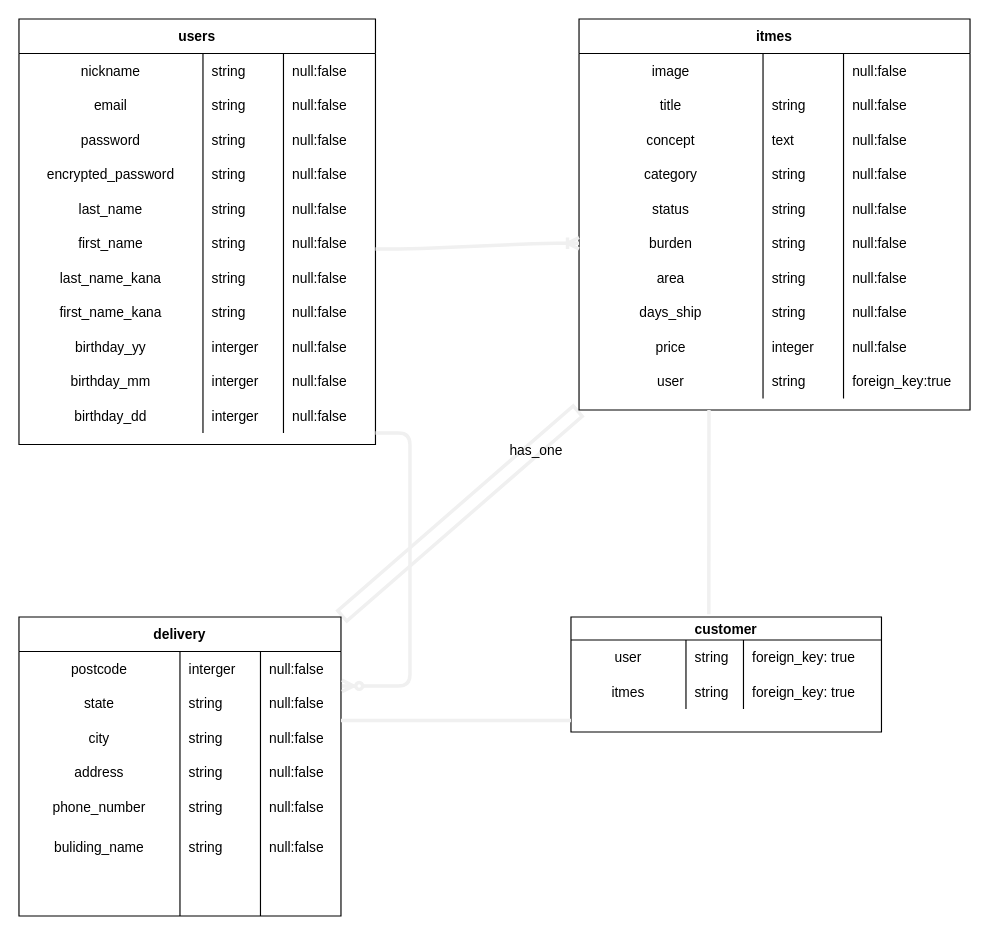
This is furima.dio from haihaihai103/furima-34956-2-, a draw.io file, before an edit. Source tidied: cells renumbered, new cells numbered last; positions are measured from the earlier drawing's top-left corner, leaving out a move shared by most shapes. Both pictures are drawn from the tidied source at 115%, with x=0, y=0 at pixel (18, 18).
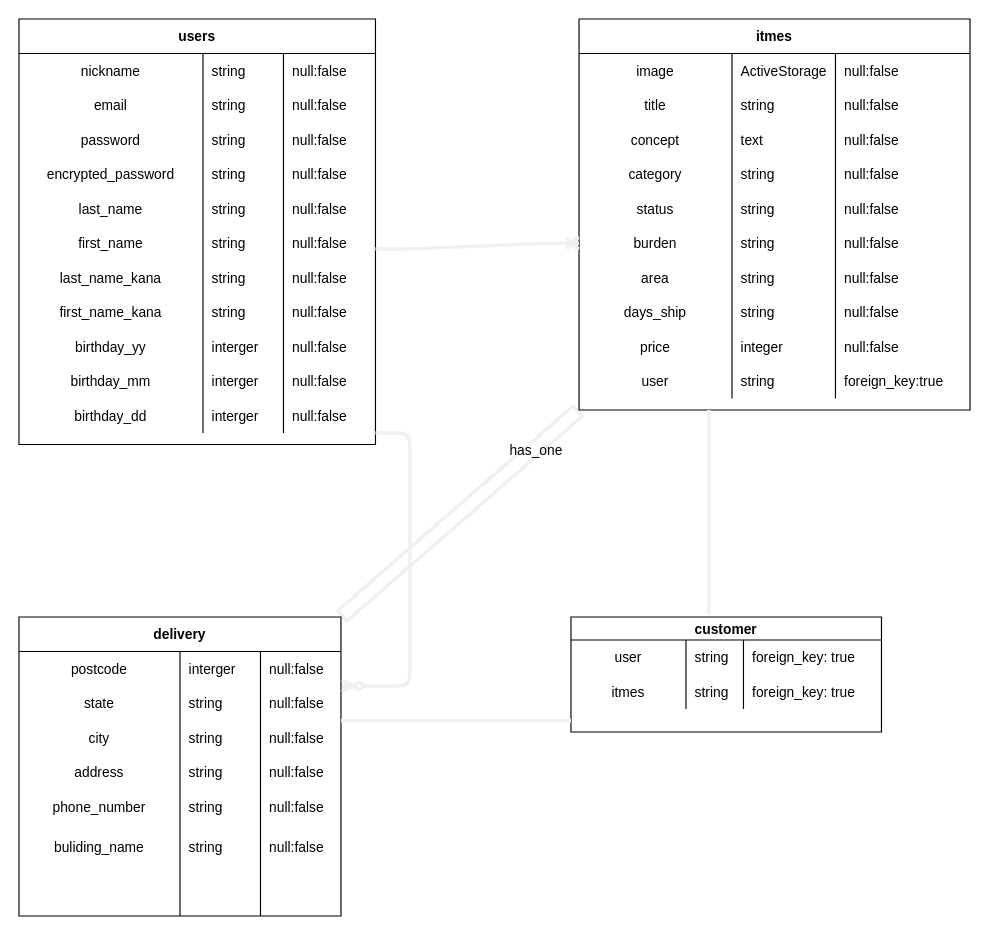
After the change.

Unchanged cells that the change refers to:
```xml
<mxCell id="50" style="shape=partialRectangle;fillColor=none;top=0;left=0;bottom=0;right=0;" parent="49" vertex="1">
  <mxGeometry y="30" width="340" height="30" as="geometry" />
</mxCell>
<mxCell id="54" style="shape=partialRectangle;fillColor=none;top=0;left=0;bottom=0;right=0;" parent="49" vertex="1">
  <mxGeometry y="60" width="340" height="30" as="geometry" />
</mxCell>
<mxCell id="58" style="shape=partialRectangle;fillColor=none;top=0;left=0;bottom=0;right=0;" parent="49" vertex="1">
  <mxGeometry y="90" width="340" height="30" as="geometry" />
</mxCell>
<mxCell id="62" style="shape=partialRectangle;fillColor=none;top=0;left=0;bottom=0;right=0;" parent="49" vertex="1">
  <mxGeometry y="120" width="340" height="30" as="geometry" />
</mxCell>
<mxCell id="66" style="shape=partialRectangle;fillColor=none;top=0;left=0;bottom=0;right=0;" parent="49" vertex="1">
  <mxGeometry y="150" width="340" height="30" as="geometry" />
</mxCell>
<mxCell id="70" style="shape=partialRectangle;fillColor=none;top=0;left=0;bottom=0;right=0;points=[[0,0.5],[1,0.5]];portConstraint=eastwest;" parent="49" vertex="1">
  <mxGeometry y="180" width="340" height="30" as="geometry" />
</mxCell>
<mxCell id="74" style="shape=partialRectangle;fillColor=none;top=0;left=0;bottom=0;right=0;" parent="49" vertex="1">
  <mxGeometry y="210" width="340" height="30" as="geometry" />
</mxCell>
<mxCell id="78" style="shape=partialRectangle;fillColor=none;top=0;left=0;bottom=0;right=0;" parent="49" vertex="1">
  <mxGeometry y="240" width="340" height="30" as="geometry" />
</mxCell>
<mxCell id="82" style="shape=partialRectangle;fillColor=none;top=0;left=0;bottom=0;right=0;" parent="49" vertex="1">
  <mxGeometry y="270" width="340" height="30" as="geometry" />
</mxCell>
<mxCell id="86" style="shape=partialRectangle;fillColor=none;top=0;left=0;bottom=0;right=0;" parent="49" vertex="1">
  <mxGeometry y="300" width="340" height="30" as="geometry" />
</mxCell>
```

What changed in the source:
```diff
@@
     <mxCell id="51" value="image" style="shape=partialRectangle;fillColor=none;top=0;left=0;bottom=0;right=0;overflow=hidden;" parent="50" vertex="1">
-      <mxGeometry width="160" height="30" as="geometry" />
+      <mxGeometry width="133" height="30" as="geometry" />
     </mxCell>
-    <mxCell id="52" style="shape=partialRectangle;fillColor=none;top=0;left=0;bottom=0;right=0;align=left;spacingLeft=6;overflow=hidden;" parent="50" vertex="1">
-      <mxGeometry x="160" width="70" height="30" as="geometry" />
+    <mxCell id="52" value="ActiveStorage" style="shape=partialRectangle;fillColor=none;top=0;left=0;bottom=0;right=0;align=left;spacingLeft=6;overflow=hidden;" parent="50" vertex="1">
+      <mxGeometry x="133" width="90" height="30" as="geometry" />
     </mxCell>
     <mxCell id="53" value="null:false" style="shape=partialRectangle;fillColor=none;top=0;left=0;bottom=0;right=0;align=left;spacingLeft=6;overflow=hidden;" parent="50" vertex="1">
-      <mxGeometry x="230" width="110" height="30" as="geometry" />
+      <mxGeometry x="223" width="117" height="30" as="geometry" />
     </mxCell>
@@
     <mxCell id="55" value="title" style="shape=partialRectangle;fillColor=none;top=0;left=0;bottom=0;right=0;overflow=hidden;" parent="54" vertex="1">
-      <mxGeometry width="160" height="30" as="geometry" />
+      <mxGeometry width="133" height="30" as="geometry" />
     </mxCell>
     <mxCell id="56" value="string" style="shape=partialRectangle;fillColor=none;top=0;left=0;bottom=0;right=0;align=left;spacingLeft=6;overflow=hidden;" parent="54" vertex="1">
-      <mxGeometry x="160" width="70" height="30" as="geometry" />
+      <mxGeometry x="133" width="90" height="30" as="geometry" />
     </mxCell>
     <mxCell id="57" value="null:false" style="shape=partialRectangle;fillColor=none;top=0;left=0;bottom=0;right=0;align=left;spacingLeft=6;overflow=hidden;" parent="54" vertex="1">
-      <mxGeometry x="230" width="110" height="30" as="geometry" />
+      <mxGeometry x="223" width="117" height="30" as="geometry" />
     </mxCell>
@@
     <mxCell id="59" value="concept" style="shape=partialRectangle;fillColor=none;top=0;left=0;bottom=0;right=0;overflow=hidden;" parent="58" vertex="1">
-      <mxGeometry width="160" height="30" as="geometry" />
+      <mxGeometry width="133" height="30" as="geometry" />
     </mxCell>
     <mxCell id="60" value="text" style="shape=partialRectangle;fillColor=none;top=0;left=0;bottom=0;right=0;align=left;spacingLeft=6;overflow=hidden;" parent="58" vertex="1">
-      <mxGeometry x="160" width="70" height="30" as="geometry" />
+      <mxGeometry x="133" width="90" height="30" as="geometry" />
     </mxCell>
     <mxCell id="61" value="null:false" style="shape=partialRectangle;fillColor=none;top=0;left=0;bottom=0;right=0;align=left;spacingLeft=6;overflow=hidden;" parent="58" vertex="1">
-      <mxGeometry x="230" width="110" height="30" as="geometry" />
+      <mxGeometry x="223" width="117" height="30" as="geometry" />
     </mxCell>
@@
     <mxCell id="63" value="category" style="shape=partialRectangle;fillColor=none;top=0;left=0;bottom=0;right=0;overflow=hidden;" parent="62" vertex="1">
-      <mxGeometry width="160" height="30" as="geometry" />
+      <mxGeometry width="133" height="30" as="geometry" />
     </mxCell>
     <mxCell id="64" value="string" style="shape=partialRectangle;fillColor=none;top=0;left=0;bottom=0;right=0;align=left;spacingLeft=6;overflow=hidden;" parent="62" vertex="1">
-      <mxGeometry x="160" width="70" height="30" as="geometry" />
+      <mxGeometry x="133" width="90" height="30" as="geometry" />
     </mxCell>
     <mxCell id="65" value="null:false" style="shape=partialRectangle;fillColor=none;top=0;left=0;bottom=0;right=0;align=left;spacingLeft=6;overflow=hidden;" parent="62" vertex="1">
-      <mxGeometry x="230" width="110" height="30" as="geometry" />
+      <mxGeometry x="223" width="117" height="30" as="geometry" />
     </mxCell>
@@
     <mxCell id="67" value="status" style="shape=partialRectangle;fillColor=none;top=0;left=0;bottom=0;right=0;overflow=hidden;" parent="66" vertex="1">
-      <mxGeometry width="160" height="30" as="geometry" />
+      <mxGeometry width="133" height="30" as="geometry" />
     </mxCell>
     <mxCell id="68" value="string" style="shape=partialRectangle;fillColor=none;top=0;left=0;bottom=0;right=0;align=left;spacingLeft=6;overflow=hidden;" parent="66" vertex="1">
-      <mxGeometry x="160" width="70" height="30" as="geometry" />
+      <mxGeometry x="133" width="90" height="30" as="geometry" />
     </mxCell>
     <mxCell id="69" value="null:false" style="shape=partialRectangle;fillColor=none;top=0;left=0;bottom=0;right=0;align=left;spacingLeft=6;overflow=hidden;" parent="66" vertex="1">
-      <mxGeometry x="230" width="110" height="30" as="geometry" />
+      <mxGeometry x="223" width="117" height="30" as="geometry" />
     </mxCell>
@@
     <mxCell id="71" value="burden" style="shape=partialRectangle;fillColor=none;top=0;left=0;bottom=0;right=0;overflow=hidden;" parent="70" vertex="1">
-      <mxGeometry width="160" height="30" as="geometry" />
+      <mxGeometry width="133" height="30" as="geometry" />
     </mxCell>
     <mxCell id="72" value="string" style="shape=partialRectangle;fillColor=none;top=0;left=0;bottom=0;right=0;align=left;spacingLeft=6;overflow=hidden;" parent="70" vertex="1">
-      <mxGeometry x="160" width="70" height="30" as="geometry" />
+      <mxGeometry x="133" width="90" height="30" as="geometry" />
     </mxCell>
     <mxCell id="73" value="null:false" style="shape=partialRectangle;fillColor=none;top=0;left=0;bottom=0;right=0;align=left;spacingLeft=6;overflow=hidden;" parent="70" vertex="1">
-      <mxGeometry x="230" width="110" height="30" as="geometry" />
+      <mxGeometry x="223" width="117" height="30" as="geometry" />
     </mxCell>
@@
     <mxCell id="75" value="area" style="shape=partialRectangle;fillColor=none;top=0;left=0;bottom=0;right=0;overflow=hidden;" parent="74" vertex="1">
-      <mxGeometry width="160" height="30" as="geometry" />
+      <mxGeometry width="133" height="30" as="geometry" />
     </mxCell>
     <mxCell id="76" value="string" style="shape=partialRectangle;fillColor=none;top=0;left=0;bottom=0;right=0;align=left;spacingLeft=6;overflow=hidden;" parent="74" vertex="1">
-      <mxGeometry x="160" width="70" height="30" as="geometry" />
+      <mxGeometry x="133" width="90" height="30" as="geometry" />
     </mxCell>
     <mxCell id="77" value="null:false" style="shape=partialRectangle;fillColor=none;top=0;left=0;bottom=0;right=0;align=left;spacingLeft=6;overflow=hidden;" parent="74" vertex="1">
-      <mxGeometry x="230" width="110" height="30" as="geometry" />
+      <mxGeometry x="223" width="117" height="30" as="geometry" />
     </mxCell>
@@
     <mxCell id="79" value="days_ship" style="shape=partialRectangle;fillColor=none;top=0;left=0;bottom=0;right=0;overflow=hidden;" parent="78" vertex="1">
-      <mxGeometry width="160" height="30" as="geometry" />
+      <mxGeometry width="133" height="30" as="geometry" />
     </mxCell>
     <mxCell id="80" value="string" style="shape=partialRectangle;fillColor=none;top=0;left=0;bottom=0;right=0;align=left;spacingLeft=6;overflow=hidden;" parent="78" vertex="1">
-      <mxGeometry x="160" width="70" height="30" as="geometry" />
+      <mxGeometry x="133" width="90" height="30" as="geometry" />
     </mxCell>
     <mxCell id="81" value="null:false" style="shape=partialRectangle;fillColor=none;top=0;left=0;bottom=0;right=0;align=left;spacingLeft=6;overflow=hidden;" parent="78" vertex="1">
-      <mxGeometry x="230" width="110" height="30" as="geometry" />
+      <mxGeometry x="223" width="117" height="30" as="geometry" />
     </mxCell>
@@
     <mxCell id="83" value="price" style="shape=partialRectangle;fillColor=none;top=0;left=0;bottom=0;right=0;overflow=hidden;" parent="82" vertex="1">
-      <mxGeometry width="160" height="30" as="geometry" />
+      <mxGeometry width="133" height="30" as="geometry" />
     </mxCell>
     <mxCell id="84" value="integer" style="shape=partialRectangle;fillColor=none;top=0;left=0;bottom=0;right=0;align=left;spacingLeft=6;overflow=hidden;" parent="82" vertex="1">
-      <mxGeometry x="160" width="70" height="30" as="geometry" />
+      <mxGeometry x="133" width="90" height="30" as="geometry" />
     </mxCell>
     <mxCell id="85" value="null:false" style="shape=partialRectangle;fillColor=none;top=0;left=0;bottom=0;right=0;align=left;spacingLeft=6;overflow=hidden;" parent="82" vertex="1">
-      <mxGeometry x="230" width="110" height="30" as="geometry" />
+      <mxGeometry x="223" width="117" height="30" as="geometry" />
     </mxCell>
@@
     <mxCell id="87" value="user" style="shape=partialRectangle;fillColor=none;top=0;left=0;bottom=0;right=0;overflow=hidden;" parent="86" vertex="1">
-      <mxGeometry width="160" height="30" as="geometry" />
+      <mxGeometry width="133" height="30" as="geometry" />
     </mxCell>
     <mxCell id="88" value="string" style="shape=partialRectangle;fillColor=none;top=0;left=0;bottom=0;right=0;align=left;spacingLeft=6;overflow=hidden;" parent="86" vertex="1">
-      <mxGeometry x="160" width="70" height="30" as="geometry" />
+      <mxGeometry x="133" width="90" height="30" as="geometry" />
     </mxCell>
     <mxCell id="89" value="foreign_key:true" style="shape=partialRectangle;fillColor=none;top=0;left=0;bottom=0;right=0;align=left;spacingLeft=6;overflow=hidden;" parent="86" vertex="1">
-      <mxGeometry x="230" width="110" height="30" as="geometry" />
+      <mxGeometry x="223" width="117" height="30" as="geometry" />
     </mxCell>
```
